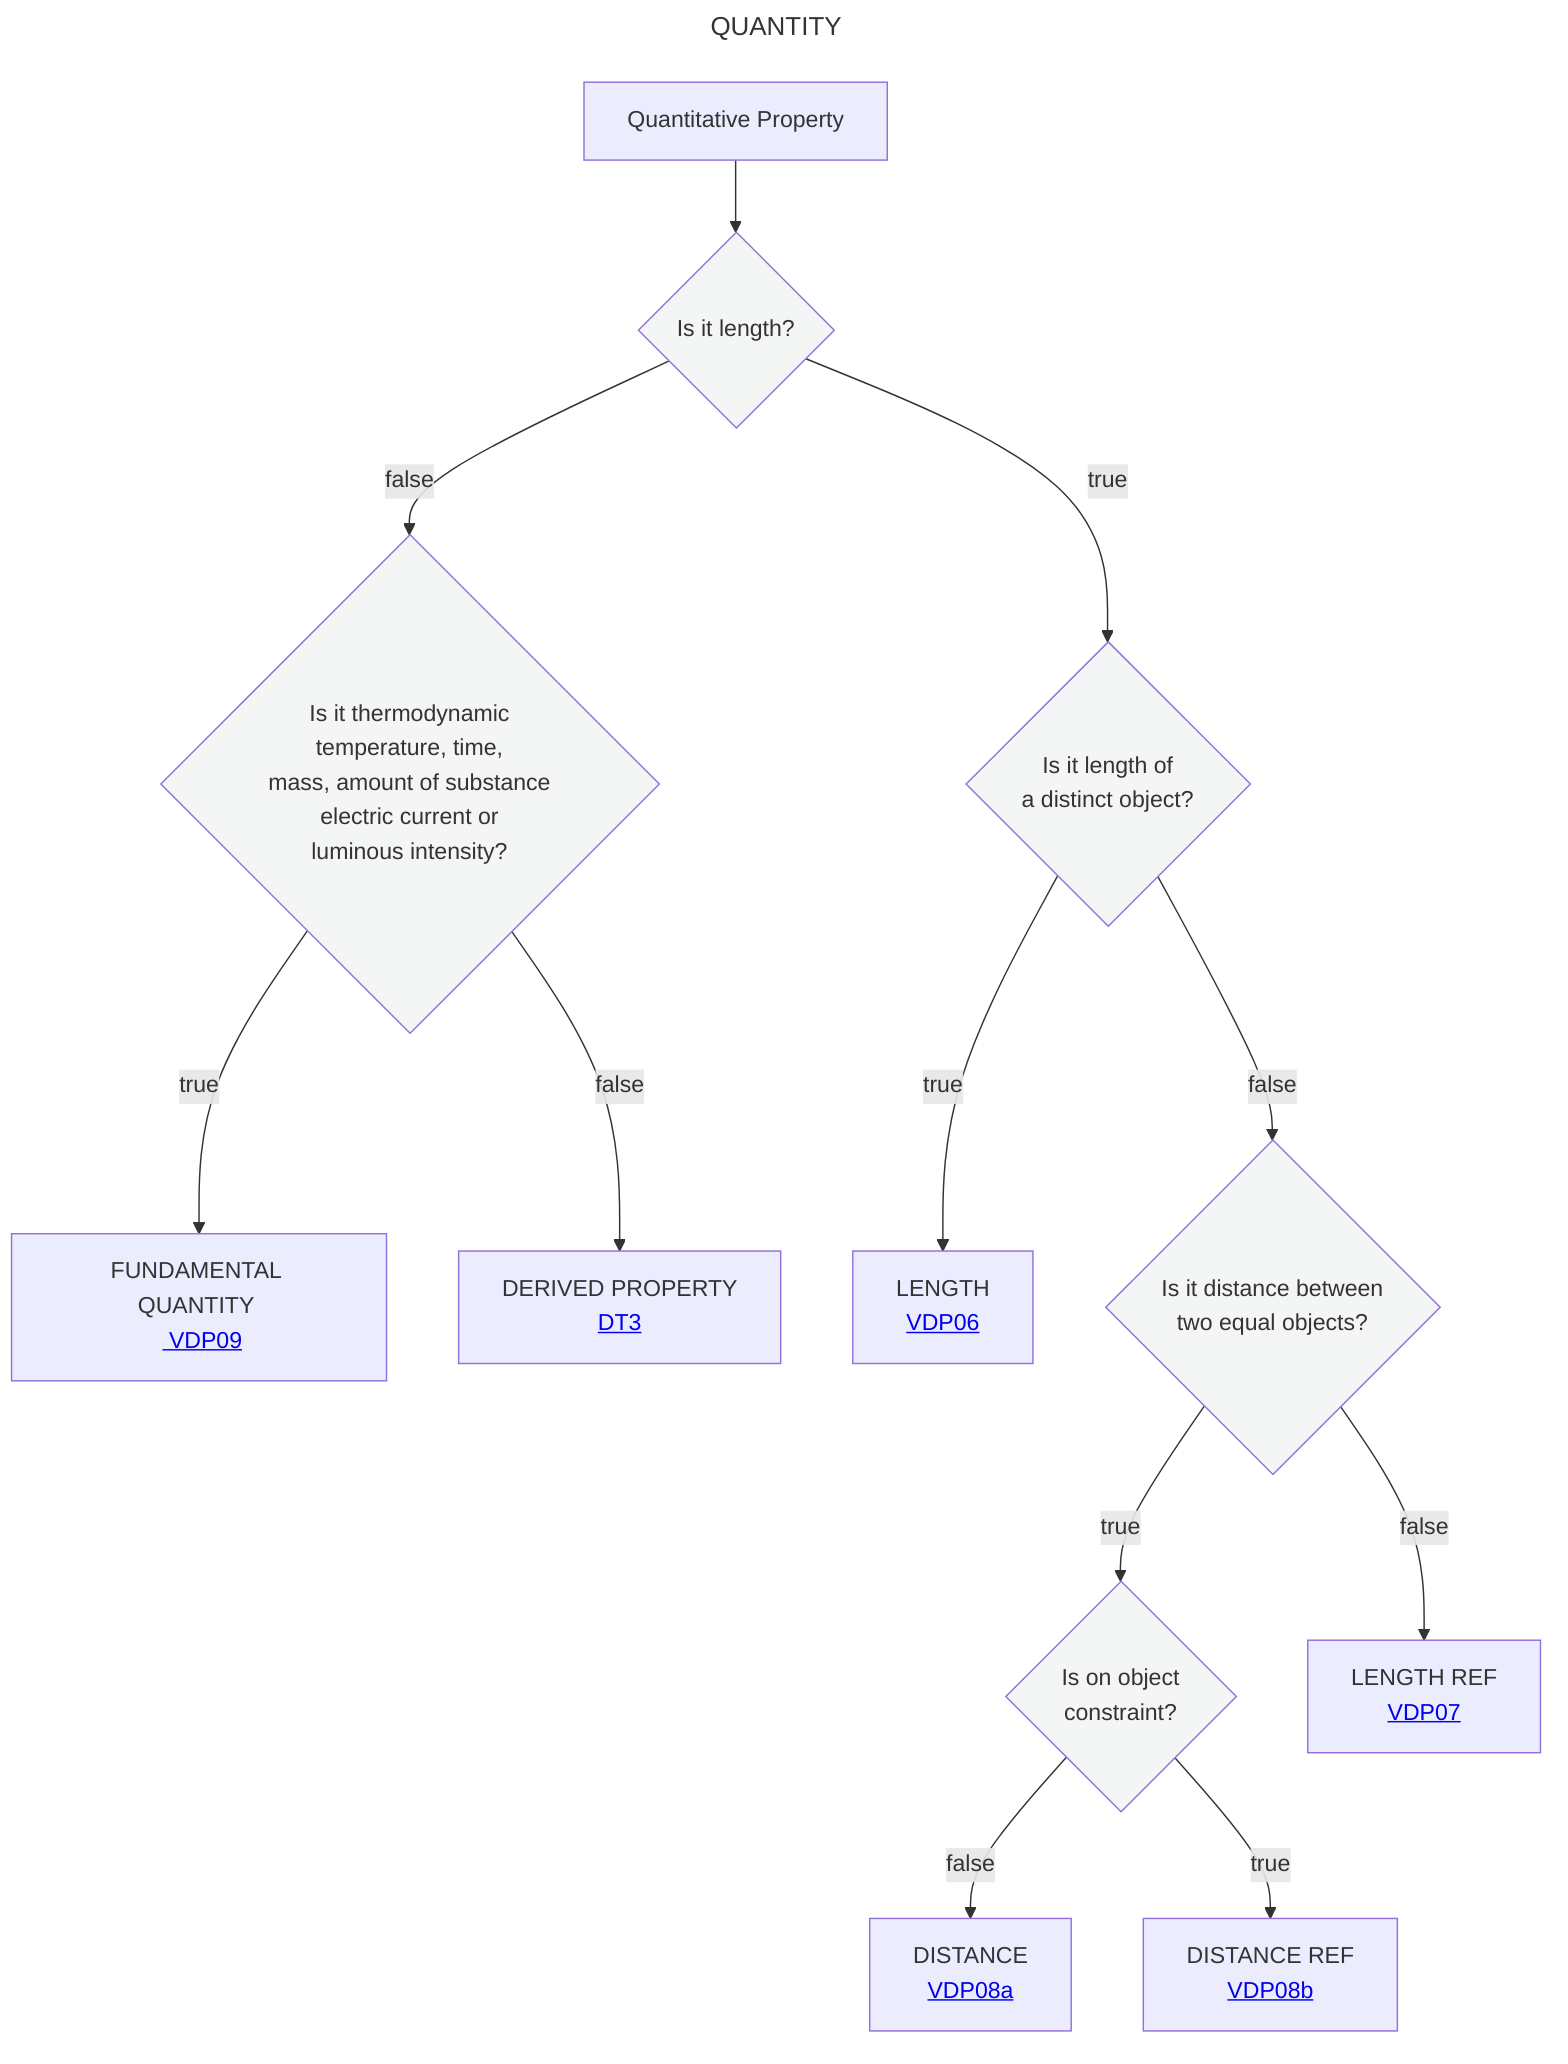
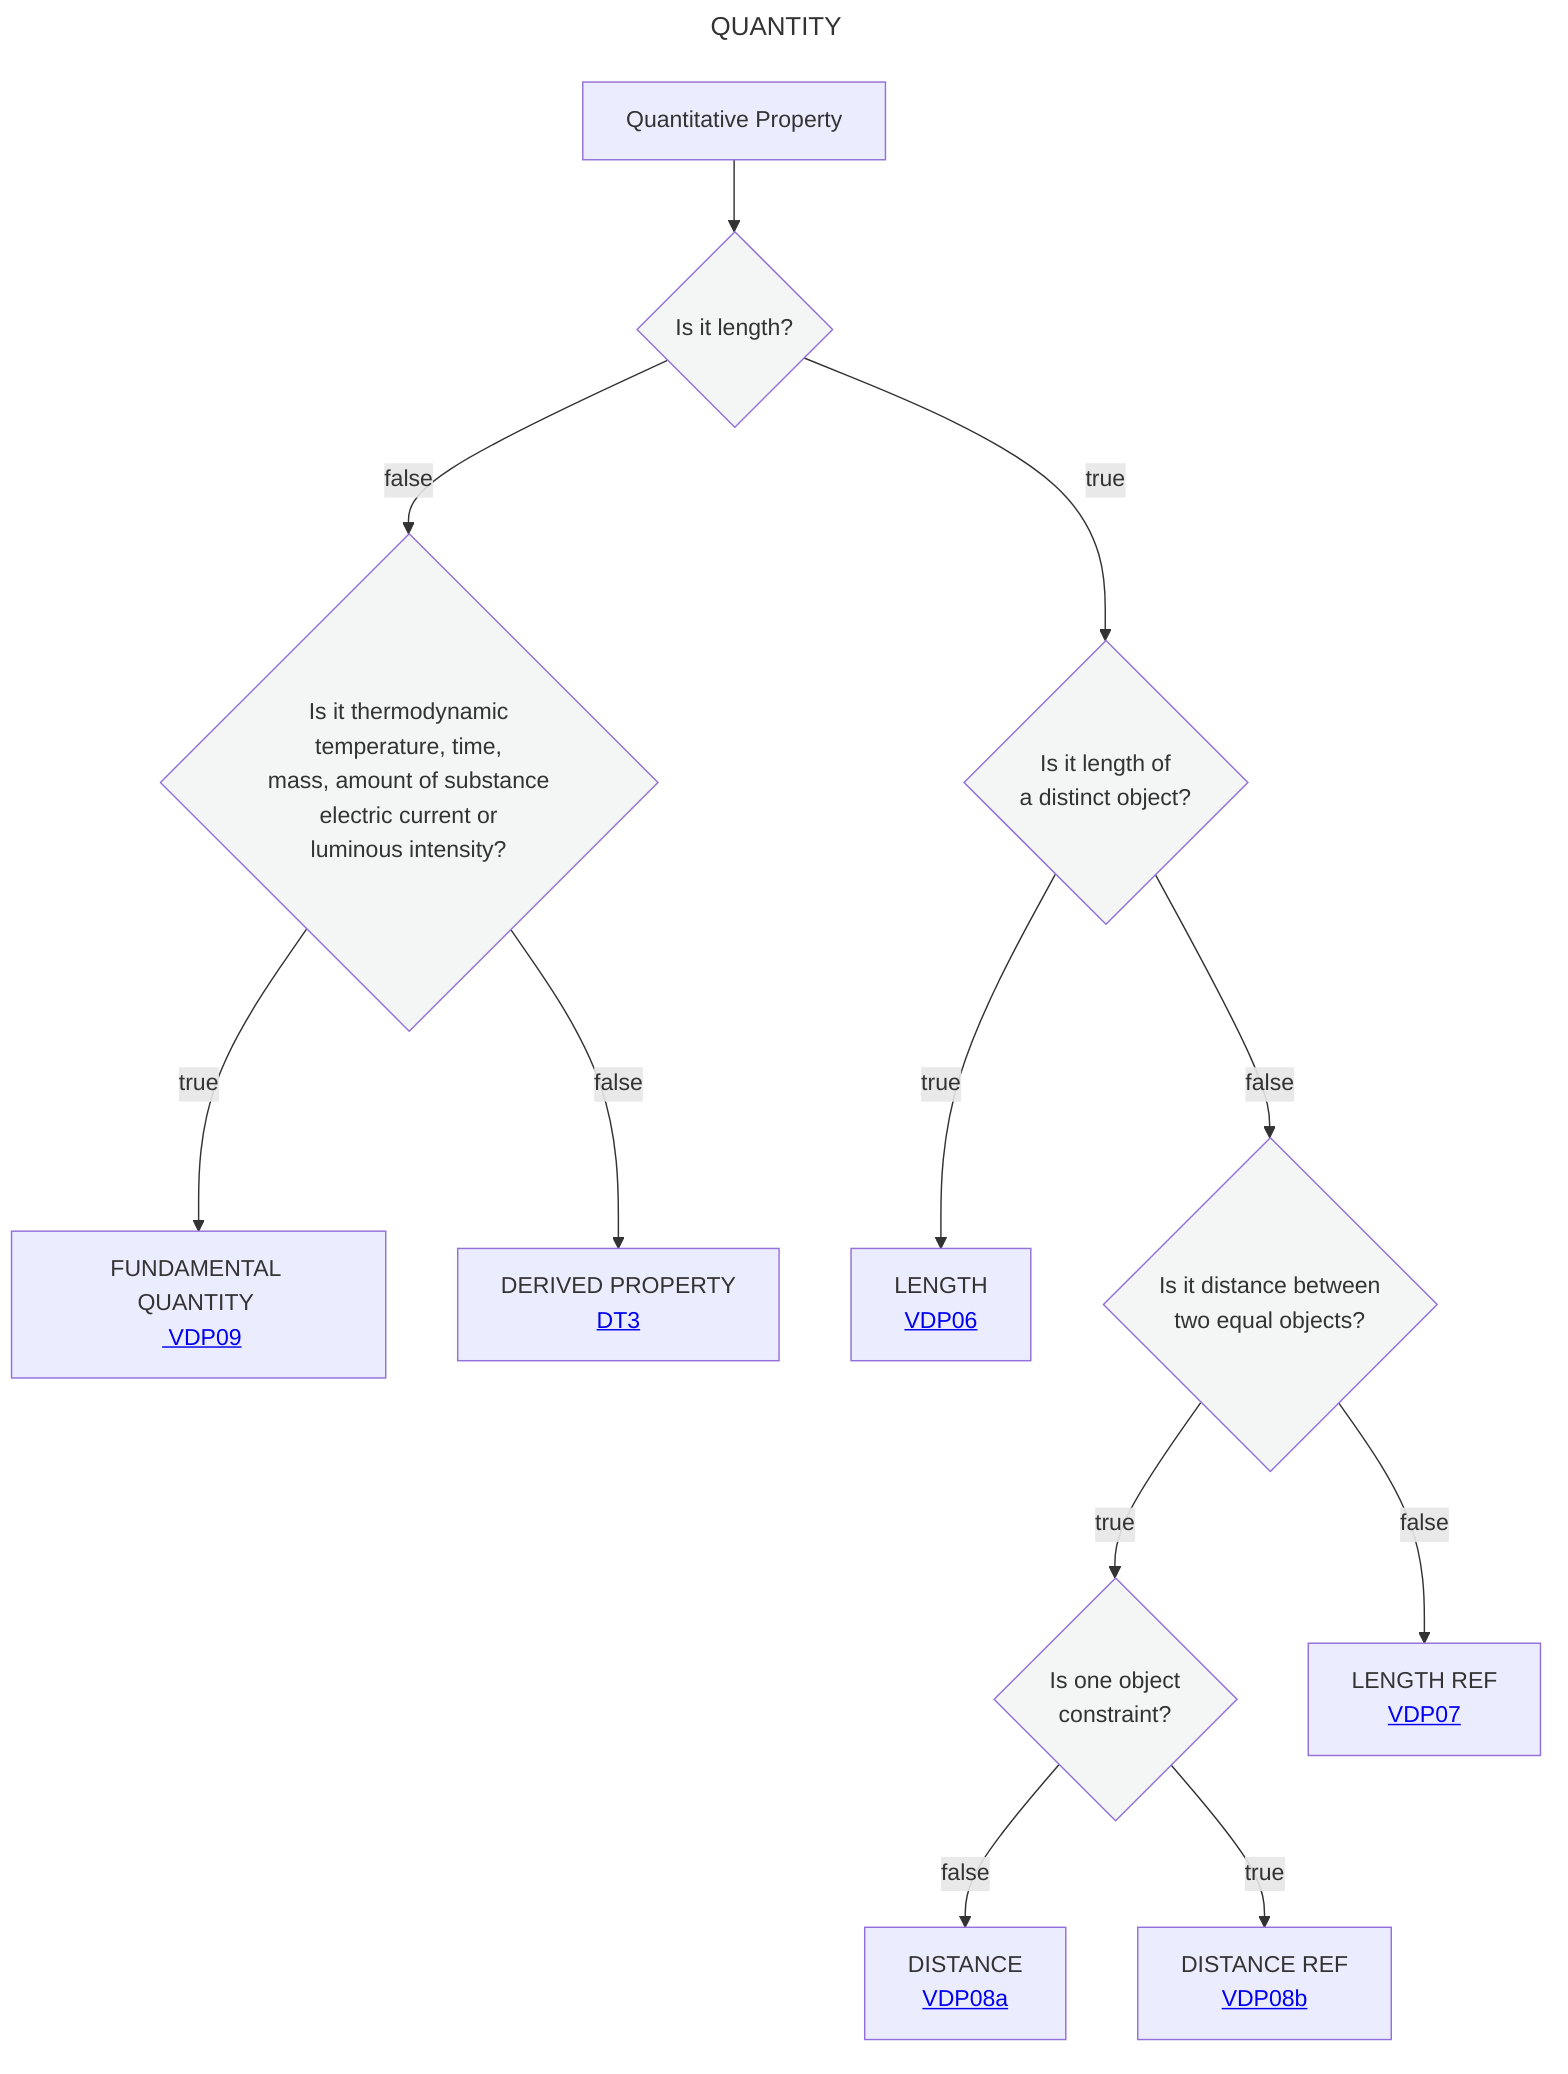
---
title: QUANTITY
---
flowchart TD
    A[Quantitative Property] --> C{Is it length?}:::white
    C --> |true|E{Is it length of <br> a distinct object?}:::white
    C --> |false|F{Is it thermodynamic <br> temperature, time,  <br> mass, amount of substance <br> electric current or <br> luminous intensity?}:::white
    F --> |true|G[FUNDAMENTAL QUANTITY <br> <a href='https://github.com/mabablue/I-ADOPT-patterns-playground/blob/main/pattern/VDP09.yaml'> VDP09</a>]
    F --> |false|M[DERIVED PROPERTY <br> <a href='https://github.com/mabablue/I-ADOPT-patterns-playground/blob/main/Decisition_trees/DT3.mmd'> DT3</a>]
    E --> |true|N[LENGTH <br> <a href='https://github.com/mabablue/I-ADOPT-patterns-playground/blob/main/pattern/VDP06.yaml'> VDP06</a>]
    E --> |false|O{Is it distance between <br> two equal objects?}:::white
-     O --> |true|P{Is on object <br> constraint?}:::white
+     O --> |true|P{Is one object <br> constraint?}:::white
    P --> |false|R[DISTANCE <br> <a href='https://github.com/mabablue/I-ADOPT-patterns-playground/blob/main/pattern/VDP08a.yaml'> VDP08a</a>]
    P --> |true|S[DISTANCE REF<br> <a href='https://github.com/mabablue/I-ADOPT-patterns-playground/blob/main/pattern/VDP08b.yaml'> VDP08b</a>]
    O --> |false|Q[LENGTH REF <br> <a href='https://github.com/mabablue/I-ADOPT-patterns-playground/blob/main/pattern/VDP07.yaml'> VDP07</a>]
   classDef blue fill:#90D5FF
   classDef satblue fill:#57B9FF
   classDef white fill:#f3f6f4
   classDef green fill:#6aa84f
